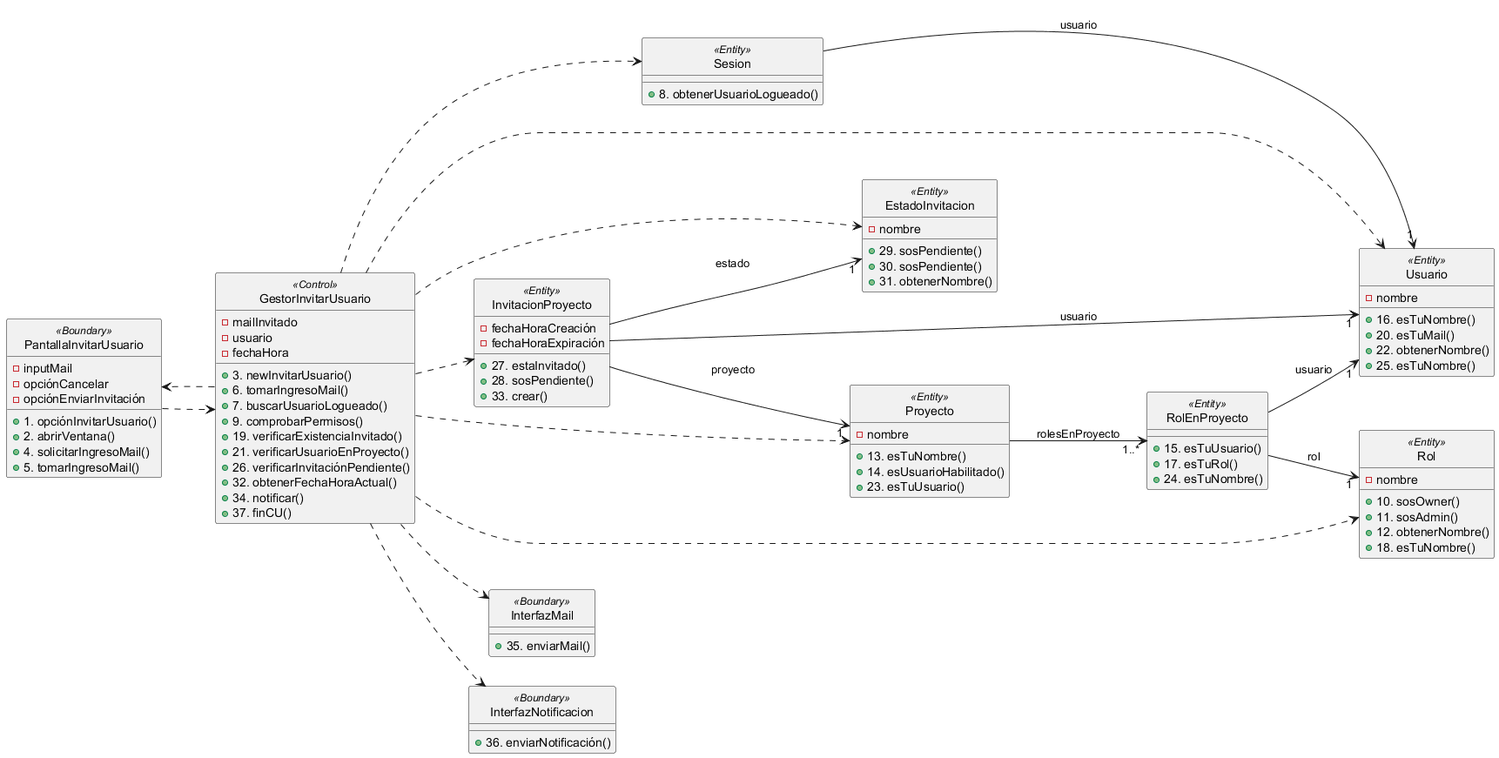
Before: Modelado/DiagramaCU11/RealizaciónCU11VistaEstática.png, a diagram exported from PlantUML (ciggyx/Task_Flow).
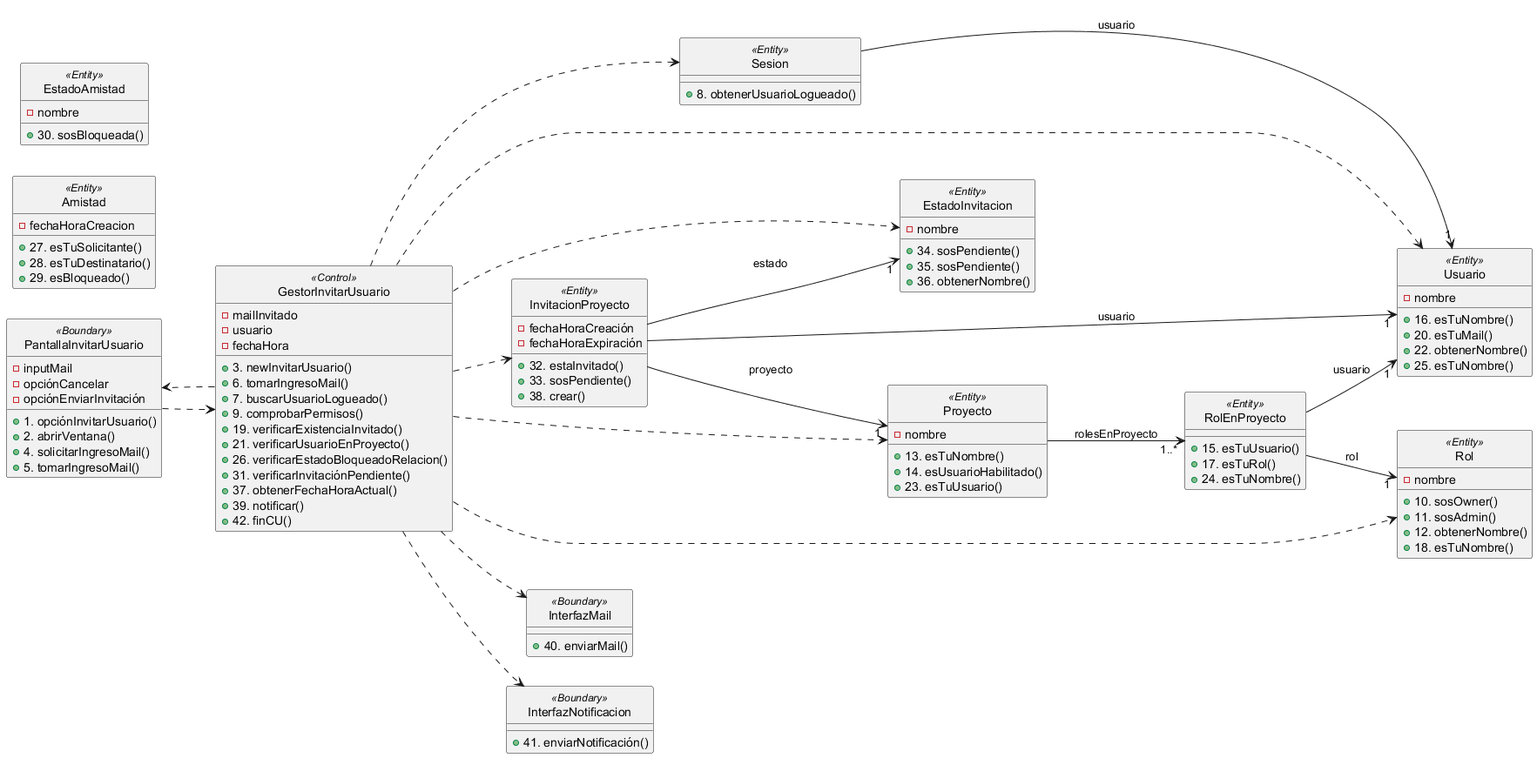
After the commit.

Change to the diagram source:
```diff
@@ -24,10 +24,11 @@
     + 9. comprobarPermisos()
     + 19. verificarExistenciaInvitado()
     + 21. verificarUsuarioEnProyecto()
-    + 26. verificarInvitaciónPendiente()
-    + 32. obtenerFechaHoraActual()
-    + 34. notificar()
-    + 37. finCU()
+    + 26. verificarEstadoBloqueadoRelacion()
+    + 31. verificarInvitaciónPendiente()
+    + 37. obtenerFechaHoraActual()
+    + 39. notificar()
+    + 42. finCU()
 }
 
 class Sesion<<Entity>>{
@@ -66,25 +67,39 @@
 class InvitacionProyecto<<Entity>>{
     - fechaHoraCreación
     - fechaHoraExpiración
-    + 27. estaInvitado()
-    + 28. sosPendiente()
-    + 33. crear()
+    + 32. estaInvitado()
+    + 33. sosPendiente()
+    + 38. crear()
 }
 
 class EstadoInvitacion<<Entity>>{
     - nombre
-    + 29. sosPendiente()
-    + 30. sosPendiente()
-    + 31. obtenerNombre()
+    + 34. sosPendiente()
+    + 35. sosPendiente()
+    + 36. obtenerNombre()
 }
 
 class InterfazMail<<Boundary>>{
-    + 35. enviarMail()
+    + 40. enviarMail()
 }
 
 class InterfazNotificacion<<Boundary>>{
-    + 36. enviarNotificación()
+    + 41. enviarNotificación()
 }
+
+class Amistad<<Entity>>{
+    - fechaHoraCreacion
+    + 27. esTuSolicitante()
+    + 28. esTuDestinatario()
+    + 29. esBloqueado()
+}
+
+class EstadoAmistad<<Entity>>{
+    - nombre
+    + 30. sosBloqueada()
+}
+
+
 
 PantallaInvitarUsuario ..> GestorInvitarUsuario
 
```
